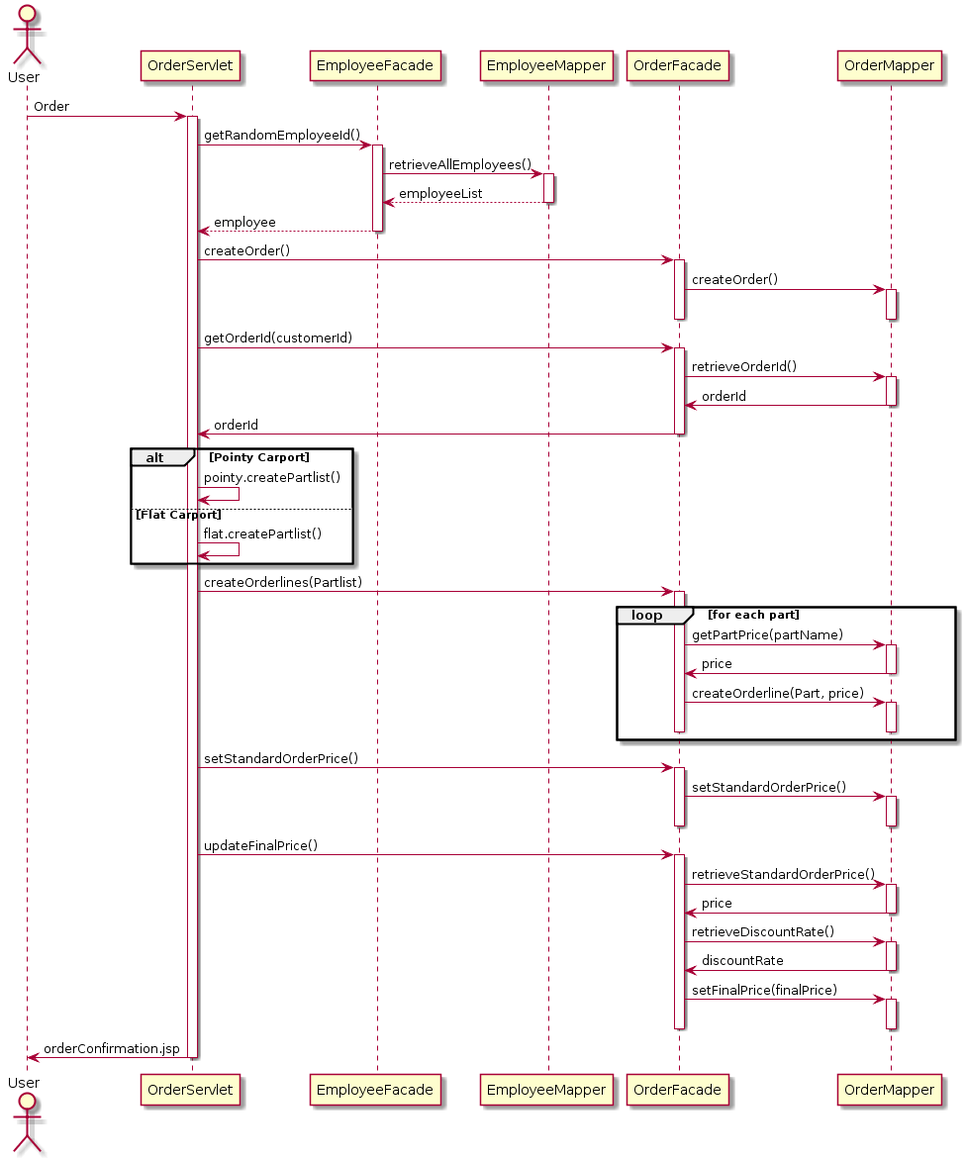
Above: createOrderSequenceDiagram.png in ThomasThimothee/FOG-Assignment-C1 (PlantUML), before the change.
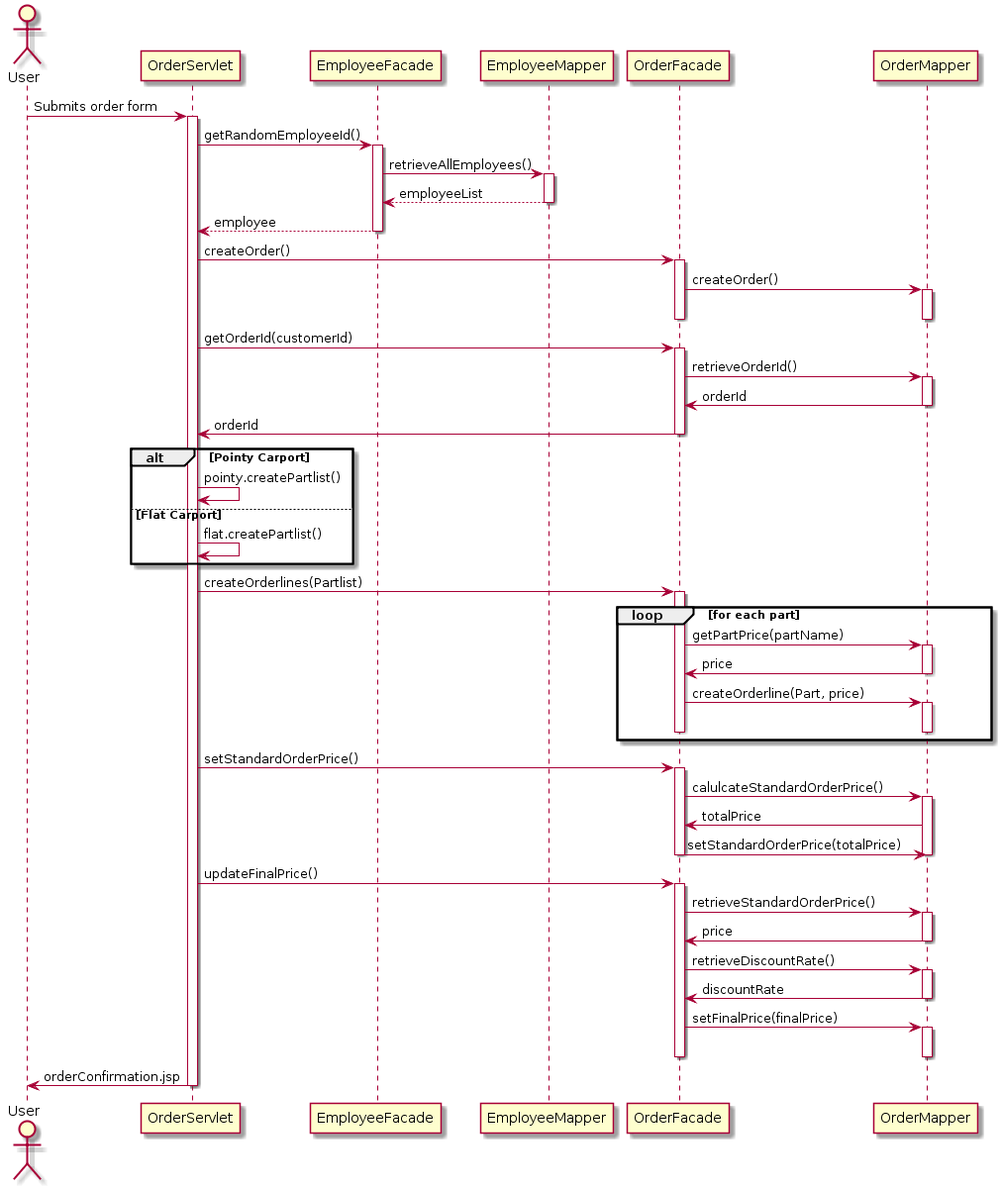
The same file after the commit.

Diff of the diagram source:
```diff
@@ -1,7 +1,7 @@
 @startuml
 actor User
 
-User -> OrderServlet: Order
+User -> OrderServlet: Submits order form
 activate OrderServlet
 
 OrderServlet -> EmployeeFacade: getRandomEmployeeId()
@@ -56,8 +56,10 @@
 
 OrderServlet -> OrderFacade: setStandardOrderPrice()
 activate OrderFacade
-OrderFacade -> OrderMapper: setStandardOrderPrice()
+OrderFacade -> OrderMapper: calulcateStandardOrderPrice()
 activate OrderMapper
+OrderMapper -> OrderFacade: totalPrice
+OrderFacade -> OrderMapper: setStandardOrderPrice(totalPrice)
 deactivate OrderMapper
 deactivate OrderFacade
 
```
